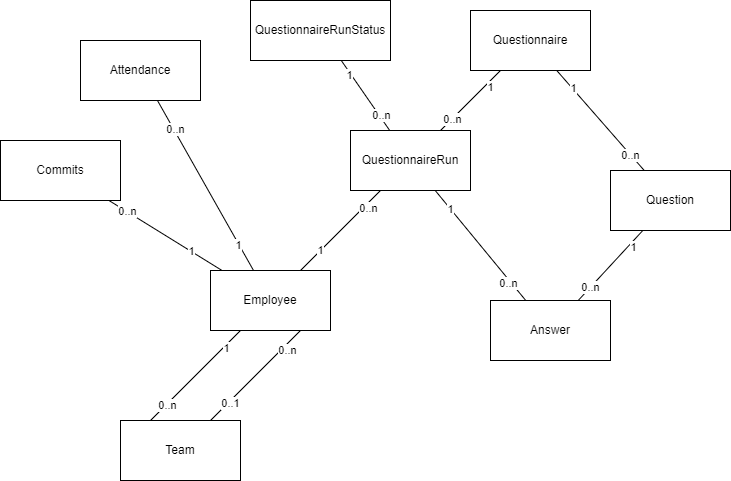
This is docs/DiagramEntityRelationship.drawio.png from Creebos/Mindwatch, a draw.io export, as it was before one commit. Source tidied: cells renumbered, new cells last; positions are measured from the earlier drawing's top-left corner, leaving out a move shared by most shapes.
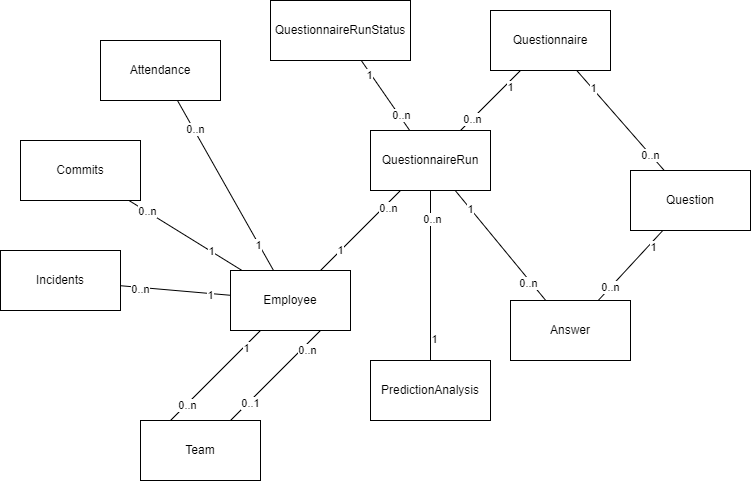
Later version of the same file.

The edit, as a diff of the source:
```diff
@@ -26,6 +26,17 @@
         <mxPoint x="-1" as="offset" />
       </mxGeometry>
     </mxCell>
+    <mxCell id="41" style="edgeStyle=none;html=1;endArrow=none;endFill=0;" parent="1" edge="1" source="8" target="48">
+      <mxGeometry relative="1" as="geometry" />
+    </mxCell>
+    <mxCell id="42" value="1" style="edgeLabel;html=1;align=center;verticalAlign=middle;" parent="41" vertex="1">
+      <mxGeometry x="-0.65" y="1" relative="1" as="geometry" />
+    </mxCell>
+    <mxCell id="43" value="0..n" style="edgeLabel;html=1;align=center;verticalAlign=middle;" parent="41" vertex="1">
+      <mxGeometry x="0.64" y="1" relative="1" as="geometry">
+        <mxPoint y="1" as="offset" />
+      </mxGeometry>
+    </mxCell>
     <mxCell id="8" value="Employee" style="rounded=0;whiteSpace=wrap;html=1;" parent="1" vertex="1">
       <mxGeometry x="210" y="270" width="120" height="60" as="geometry" />
     </mxCell>
@@ -135,5 +146,20 @@
     <mxCell id="40" value="QuestionnaireRunStatus" style="rounded=0;whiteSpace=wrap;html=1;" parent="1" vertex="1">
       <mxGeometry x="250" width="140" height="60" as="geometry" />
     </mxCell>
+    <mxCell id="44" style="edgeStyle=none;html=1;endArrow=none;endFill=0;" parent="1" edge="1" source="47" target="31">
+      <mxGeometry relative="1" as="geometry" />
+    </mxCell>
+    <mxCell id="45" value="1" style="edgeLabel;html=1;align=center;verticalAlign=middle;" parent="44" vertex="1">
+      <mxGeometry x="-0.74" y="-3" relative="1" as="geometry" />
+    </mxCell>
+    <mxCell id="46" value="0..n" style="edgeLabel;html=1;align=center;verticalAlign=middle;" parent="44" vertex="1">
+      <mxGeometry x="0.67" y="-1" relative="1" as="geometry" />
+    </mxCell>
+    <mxCell id="47" value="PredictionAnalysis" style="rounded=0;whiteSpace=wrap;html=1;" parent="1" vertex="1">
+      <mxGeometry x="350" y="360" width="120" height="60" as="geometry" />
+    </mxCell>
+    <mxCell id="48" value="Incidents" style="rounded=0;whiteSpace=wrap;html=1;" parent="1" vertex="1">
+      <mxGeometry x="-20" y="250" width="120" height="60" as="geometry" />
+    </mxCell>
   </root>
 </mxGraphModel>
```
